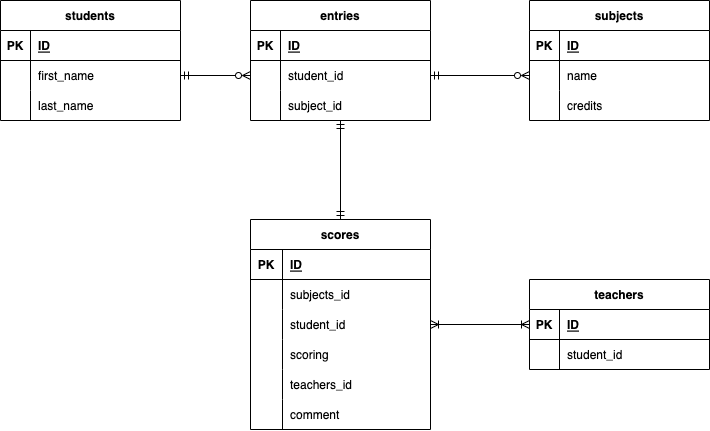
The draw.io diagram index.drawio.png in seki221/DB-design, before a commit. Source tidied: cells renumbered, new cells last; positions are measured from the earlier drawing's top-left corner, leaving out a move shared by most shapes.
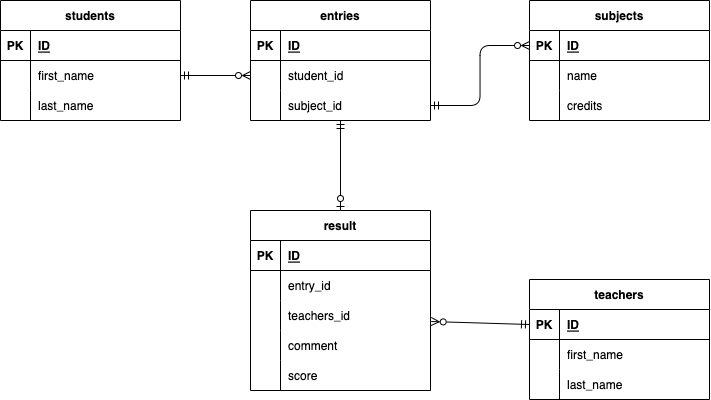
After the commit.

Change to the diagram source:
```diff
@@ -33,7 +33,7 @@
       <mxGeometry x="30" width="150" height="30" as="geometry" />
     </mxCell>
     <mxCell id="12" value="teachers" style="shape=table;startSize=30;rowLines=0;fontStyle=1;align=center;shadow=0;" parent="1" vertex="1">
-      <mxGeometry x="529" y="279" width="180" height="90" as="geometry" />
+      <mxGeometry x="529" y="279" width="180" height="120" as="geometry" />
     </mxCell>
     <mxCell id="13" style="shape=tableRow;horizontal=0;startSize=0;swimlaneHead=0;swimlaneBody=0;fillColor=none;points=[[0,0.5],[1,0.5]];portConstraint=eastwest;top=0;left=0;right=0;bottom=1;shadow=0;" parent="12" vertex="1">
       <mxGeometry y="30" width="180" height="30" as="geometry" />
@@ -50,69 +50,71 @@
     <mxCell id="17" style="shape=partialRectangle;fillColor=none;top=0;left=0;bottom=0;right=0;overflow=hidden;shadow=0;" parent="16" vertex="1">
       <mxGeometry width="30" height="30" as="geometry" />
     </mxCell>
-    <mxCell id="18" value="student_id" style="shape=partialRectangle;fillColor=none;top=0;left=0;bottom=0;right=0;align=left;spacingLeft=6;overflow=hidden;shadow=0;" parent="16" vertex="1">
+    <mxCell id="18" value="first_name" style="shape=partialRectangle;fillColor=none;top=0;left=0;bottom=0;right=0;align=left;spacingLeft=6;overflow=hidden;shadow=0;" parent="16" vertex="1">
       <mxGeometry x="30" width="150" height="30" as="geometry" />
     </mxCell>
+    <mxCell id="27" style="shape=tableRow;horizontal=0;startSize=0;swimlaneHead=0;swimlaneBody=0;fillColor=none;points=[[0,0.5],[1,0.5]];portConstraint=eastwest;top=0;left=0;right=0;bottom=0;shadow=0;" parent="12" vertex="1">
+      <mxGeometry y="90" width="180" height="30" as="geometry" />
+    </mxCell>
+    <mxCell id="62" style="shape=partialRectangle;fillColor=none;top=0;left=0;bottom=0;right=0;overflow=hidden;shadow=0;" parent="27" vertex="1">
+      <mxGeometry width="30" height="30" as="geometry" />
+    </mxCell>
+    <mxCell id="63" value="last_name" style="shape=partialRectangle;fillColor=none;top=0;left=0;bottom=0;right=0;align=left;spacingLeft=6;overflow=hidden;shadow=0;" parent="27" vertex="1">
+      <mxGeometry x="30" width="150" height="30" as="geometry" />
+    </mxCell>
-    <mxCell id="19" style="rounded=1;html=1;startArrow=ERoneToMany;startFill=0;endArrow=ERoneToMany;endFill=0;sourcePerimeterSpacing=0;exitX=0;exitY=0.5;exitDx=0;exitDy=0;entryX=1;entryY=0.5;entryDx=0;entryDy=0;" parent="1" edge="1" source="13" target="27">
-      <mxGeometry relative="1" as="geometry" />
+    <mxCell id="19" style="rounded=1;html=1;startArrow=ERmandOne;startFill=0;endArrow=ERzeroToMany;endFill=0;sourcePerimeterSpacing=0;entryX=1.004;entryY=0.701;entryDx=0;entryDy=0;entryPerimeter=0;" parent="1" edge="1" target="33">
+      <mxGeometry relative="1" as="geometry">
+        <mxPoint x="529" y="324" as="sourcePoint" />
+      </mxGeometry>
     </mxCell>
-    <mxCell id="20" value="scores" style="shape=table;startSize=30;rowLines=0;fontStyle=1;align=center;shadow=0;" parent="1" vertex="1">
-      <mxGeometry x="250" y="219" width="180" height="210" as="geometry" />
+    <mxCell id="20" value="result" style="shape=table;startSize=30;rowLines=0;fontStyle=1;align=center;shadow=0;" parent="1" vertex="1">
+      <mxGeometry x="250" y="210" width="180" height="180" as="geometry" />
     </mxCell>
     <mxCell id="21" style="shape=tableRow;horizontal=0;startSize=0;swimlaneHead=0;swimlaneBody=0;fillColor=none;top=0;left=0;right=0;bottom=1;shadow=0;" parent="20" vertex="1">
       <mxGeometry y="30" width="180" height="30" as="geometry" />
     </mxCell>
     <mxCell id="22" value="PK" style="shape=partialRectangle;fillColor=none;top=0;left=0;bottom=0;right=0;fontStyle=1;overflow=hidden;shadow=0;" parent="21" vertex="1">
-      <mxGeometry width="32" height="30" as="geometry" />
+      <mxGeometry width="30" height="30" as="geometry" />
     </mxCell>
     <mxCell id="23" value="ID" style="shape=partialRectangle;fillColor=none;top=0;left=0;bottom=0;right=0;align=left;spacingLeft=6;fontStyle=5;overflow=hidden;shadow=0;" parent="21" vertex="1">
-      <mxGeometry x="32" width="148" height="30" as="geometry" />
+      <mxGeometry x="30" width="150" height="30" as="geometry" />
     </mxCell>
     <mxCell id="24" style="shape=tableRow;horizontal=0;startSize=0;swimlaneHead=0;swimlaneBody=0;fillColor=none;top=0;left=0;right=0;bottom=0;shadow=0;" parent="20" vertex="1">
       <mxGeometry y="60" width="180" height="30" as="geometry" />
     </mxCell>
     <mxCell id="25" style="shape=partialRectangle;fillColor=none;top=0;left=0;bottom=0;right=0;overflow=hidden;shadow=0;" parent="24" vertex="1">
-      <mxGeometry width="32" height="30" as="geometry" />
+      <mxGeometry width="30" height="30" as="geometry" />
     </mxCell>
-    <mxCell id="26" value="subjects_id" style="shape=partialRectangle;fillColor=none;top=0;left=0;bottom=0;right=0;align=left;spacingLeft=6;overflow=hidden;shadow=0;" parent="24" vertex="1">
-      <mxGeometry x="32" width="148" height="30" as="geometry" />
+    <mxCell id="26" value="entry_id" style="shape=partialRectangle;fillColor=none;top=0;left=0;bottom=0;right=0;align=left;spacingLeft=6;overflow=hidden;shadow=0;" parent="24" vertex="1">
+      <mxGeometry x="30" width="150" height="30" as="geometry" />
     </mxCell>
-    <mxCell id="27" style="shape=tableRow;horizontal=0;startSize=0;swimlaneHead=0;swimlaneBody=0;fillColor=none;points=[[0,0.5],[1,0.5]];portConstraint=eastwest;top=0;left=0;right=0;bottom=0;shadow=0;" parent="20" vertex="1">
-      <mxGeometry y="90" width="180" height="30" as="geometry" />
-    </mxCell>
-    <mxCell id="28" style="shape=partialRectangle;fillColor=none;top=0;left=0;bottom=0;right=0;overflow=hidden;shadow=0;" parent="27" vertex="1">
-      <mxGeometry width="32" height="30" as="geometry" />
-    </mxCell>
-    <mxCell id="29" value="student_id" style="shape=partialRectangle;fillColor=none;top=0;left=0;bottom=0;right=0;align=left;spacingLeft=6;overflow=hidden;shadow=0;" parent="27" vertex="1">
-      <mxGeometry x="32" width="148" height="30" as="geometry" />
-    </mxCell>
-    <mxCell id="30" style="shape=tableRow;horizontal=0;startSize=0;swimlaneHead=0;swimlaneBody=0;fillColor=none;top=0;left=0;right=0;bottom=0;shadow=0;" parent="20" vertex="1">
-      <mxGeometry y="120" width="180" height="30" as="geometry" />
-    </mxCell>
-    <mxCell id="31" style="shape=partialRectangle;fillColor=none;top=0;left=0;bottom=0;right=0;overflow=hidden;shadow=0;" parent="30" vertex="1">
-      <mxGeometry width="32" height="30" as="geometry" />
-    </mxCell>
-    <mxCell id="32" value="scoring" style="shape=partialRectangle;fillColor=none;top=0;left=0;bottom=0;right=0;align=left;spacingLeft=6;overflow=hidden;shadow=0;" parent="30" vertex="1">
-      <mxGeometry x="32" width="148" height="30" as="geometry" />
-    </mxCell>
     <mxCell id="33" style="shape=tableRow;horizontal=0;startSize=0;swimlaneHead=0;swimlaneBody=0;fillColor=none;points=[[0,0.5],[1,0.5]];portConstraint=eastwest;top=0;left=0;right=0;bottom=0;shadow=0;" parent="20" vertex="1">
-      <mxGeometry y="150" width="180" height="30" as="geometry" />
+      <mxGeometry y="90" width="180" height="30" as="geometry" />
     </mxCell>
     <mxCell id="34" style="shape=partialRectangle;fillColor=none;top=0;left=0;bottom=0;right=0;overflow=hidden;shadow=0;" parent="33" vertex="1">
-      <mxGeometry width="32" height="30" as="geometry" />
+      <mxGeometry width="30" height="30" as="geometry" />
     </mxCell>
     <mxCell id="35" value="teachers_id" style="shape=partialRectangle;fillColor=none;top=0;left=0;bottom=0;right=0;align=left;spacingLeft=6;overflow=hidden;shadow=0;" parent="33" vertex="1">
-      <mxGeometry x="32" width="148" height="30" as="geometry" />
+      <mxGeometry x="30" width="150" height="30" as="geometry" />
     </mxCell>
     <mxCell id="36" style="shape=tableRow;horizontal=0;startSize=0;swimlaneHead=0;swimlaneBody=0;fillColor=none;top=0;left=0;right=0;bottom=0;shadow=0;" parent="20" vertex="1">
-      <mxGeometry y="180" width="180" height="30" as="geometry" />
+      <mxGeometry y="120" width="180" height="30" as="geometry" />
     </mxCell>
     <mxCell id="37" style="shape=partialRectangle;fillColor=none;top=0;left=0;bottom=0;right=0;overflow=hidden;shadow=0;" parent="36" vertex="1">
-      <mxGeometry width="32" height="30" as="geometry" />
+      <mxGeometry width="30" height="30" as="geometry" />
     </mxCell>
     <mxCell id="38" value="comment" style="shape=partialRectangle;fillColor=none;top=0;left=0;bottom=0;right=0;align=left;spacingLeft=6;overflow=hidden;shadow=0;" parent="36" vertex="1">
-      <mxGeometry x="32" width="148" height="30" as="geometry" />
+      <mxGeometry x="30" width="150" height="30" as="geometry" />
     </mxCell>
+    <mxCell id="30" style="shape=tableRow;horizontal=0;startSize=0;swimlaneHead=0;swimlaneBody=0;fillColor=none;top=0;left=0;right=0;bottom=0;shadow=0;" parent="20" vertex="1">
+      <mxGeometry y="150" width="180" height="30" as="geometry" />
+    </mxCell>
+    <mxCell id="31" style="shape=partialRectangle;fillColor=none;top=0;left=0;bottom=0;right=0;overflow=hidden;shadow=0;" parent="30" vertex="1">
+      <mxGeometry width="30" height="30" as="geometry" />
+    </mxCell>
+    <mxCell id="32" value="score" style="shape=partialRectangle;fillColor=none;top=0;left=0;bottom=0;right=0;align=left;spacingLeft=6;overflow=hidden;shadow=0;" parent="30" vertex="1">
+      <mxGeometry x="30" width="150" height="30" as="geometry" />
+    </mxCell>
     <mxCell id="39" style="edgeStyle=orthogonalEdgeStyle;rounded=1;html=1;startArrow=ERmandOne;startFill=0;endArrow=ERzeroToMany;endFill=0;sourcePerimeterSpacing=0;entryX=0;entryY=0.5;entryDx=0;entryDy=0;exitX=1;exitY=0.5;exitDx=0;exitDy=0;" parent="1" edge="1" source="6" target="55">
       <mxGeometry relative="1" as="geometry" />
     </mxCell>
@@ -146,7 +148,7 @@
     <mxCell id="49" value="credits" style="shape=partialRectangle;fillColor=none;top=0;left=0;bottom=0;right=0;align=left;spacingLeft=6;overflow=hidden;shadow=0;" parent="47" vertex="1">
       <mxGeometry x="30" width="150" height="30" as="geometry" />
     </mxCell>
-    <mxCell id="50" style="edgeStyle=none;html=1;startArrow=ERmandOne;startFill=0;endArrow=ERmandOne;endFill=0;entryX=0.5;entryY=0;entryDx=0;entryDy=0;" parent="1" edge="1" source="51" target="20">
+    <mxCell id="50" style="edgeStyle=none;html=1;startArrow=ERmandOne;startFill=0;endArrow=ERzeroToOne;endFill=0;entryX=0.5;entryY=0;entryDx=0;entryDy=0;" parent="1" edge="1" source="51" target="20">
       <mxGeometry relative="1" as="geometry" />
     </mxCell>
     <mxCell id="51" value="entries" style="shape=table;startSize=30;rowLines=0;fontStyle=1;align=center;shadow=0;" parent="1" vertex="1">
@@ -179,7 +181,7 @@
     <mxCell id="60" value="subject_id" style="shape=partialRectangle;fillColor=none;top=0;left=0;bottom=0;right=0;align=left;spacingLeft=6;overflow=hidden;shadow=0;" parent="58" vertex="1">
       <mxGeometry x="30" width="150" height="30" as="geometry" />
     </mxCell>
-    <mxCell id="61" style="fontSize=12;html=1;endArrow=ERmandOne;startArrow=ERzeroToMany;rounded=1;sourcePerimeterSpacing=0;entryX=1;entryY=0.5;entryDx=0;entryDy=0;exitX=0;exitY=0.5;exitDx=0;exitDy=0;endFill=0;startFill=0;" parent="1" edge="1" source="44" target="55">
+    <mxCell id="61" style="fontSize=12;html=1;endArrow=ERmandOne;startArrow=ERzeroToMany;rounded=1;sourcePerimeterSpacing=0;entryX=1;entryY=0.5;entryDx=0;entryDy=0;exitX=0;exitY=0.5;exitDx=0;exitDy=0;endFill=0;startFill=0;edgeStyle=orthogonalEdgeStyle;" parent="1" edge="1" source="41" target="58">
       <mxGeometry relative="1" as="geometry" />
     </mxCell>
   </root>
```
